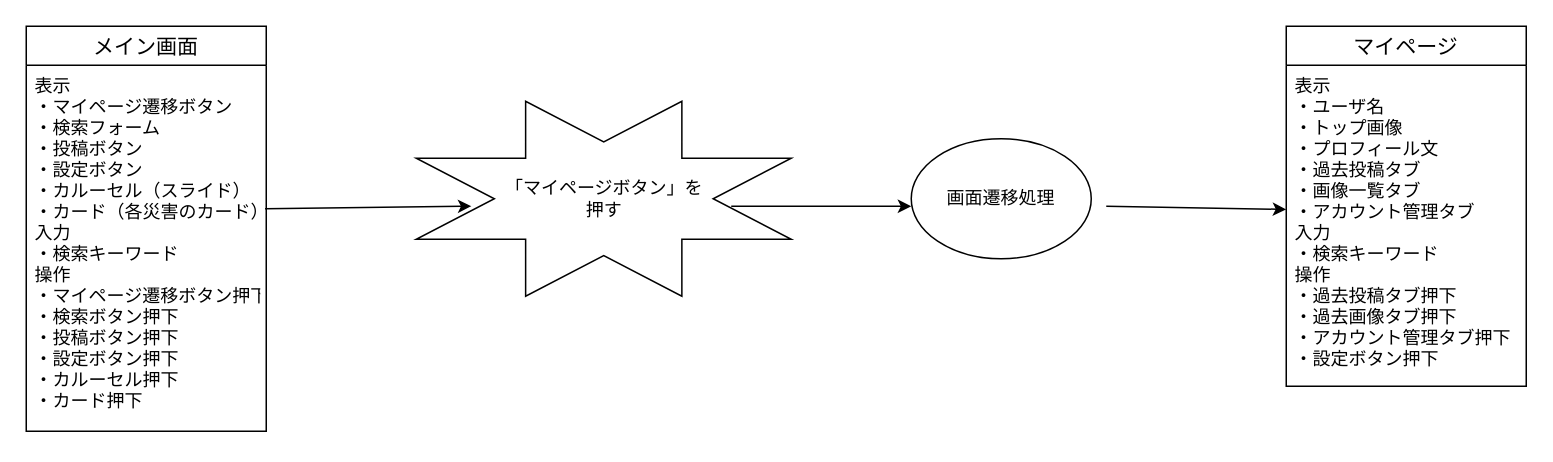
This is 画面遷移図/メイン画面からマイページ画面.drawio from Ryusei44237/sotuken, a draw.io file, before an edit. Source tidied: cells renumbered, new cells numbered last; positions are measured from the earlier drawing's top-left corner, leaving out a move shared by most shapes. Both pictures are drawn from the tidied source at 150%, with x=0, y=0 at pixel (26, 26).
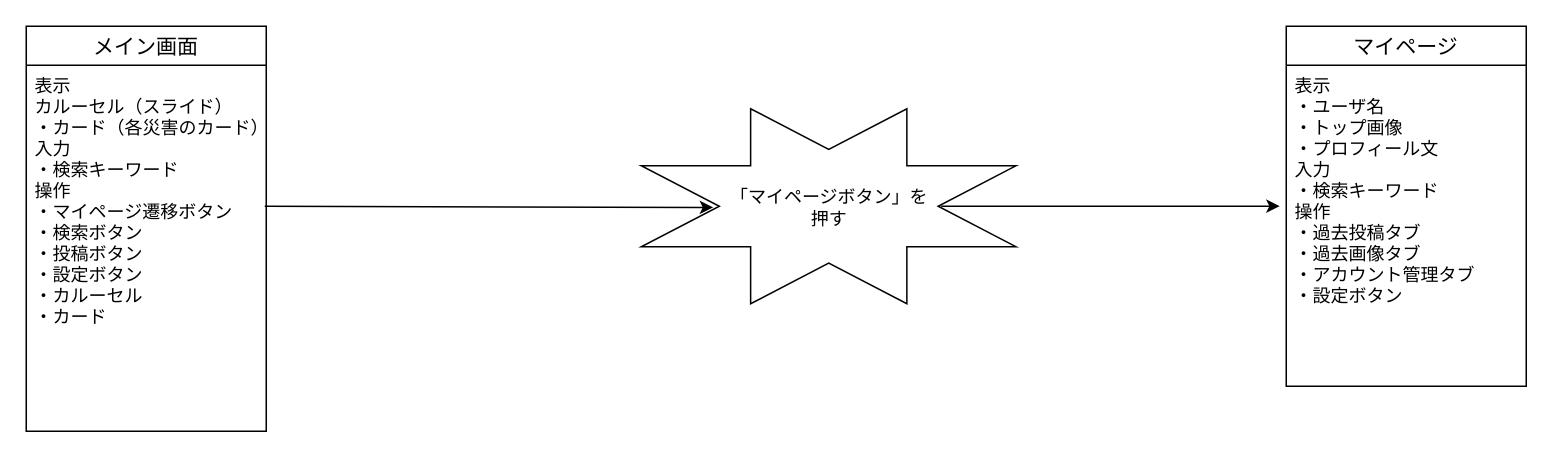
The same diagram, later.

What changed in the source:
```diff
@@
 <mxGraphModel>
   <root>
     <mxCell id="0" />
     <mxCell id="1" parent="0" />
     <mxCell id="2" value="メイン画面" style="swimlane;fontStyle=0;horizontal=1;startSize=26;align=center;fontSize=14;" parent="1" vertex="1">
       <mxGeometry width="160" height="270" as="geometry" />
     </mxCell>
-    <mxCell id="3" value="表示&#10;・マイページ遷移ボタン&#10;・検索フォーム&#10;・投稿ボタン&#10;・設定ボタン&#10;・カルーセル（スライド）&#10;・カード（各災害のカード）&#10;入力&#10;・検索キーワード&#10;操作&#10;・マイページ遷移ボタン押下&#10;・検索ボタン押下&#10;・投稿ボタン押下&#10;・設定ボタン押下&#10;・カルーセル押下&#10;・カード押下" style="text;strokeColor=none;fillColor=none;spacingLeft=4;spacingRight=4;overflow=hidden;points=[[0,0.5],[1,0.5]];portConstraint=eastwest;fontSize=12;" parent="2" vertex="1">
+    <mxCell id="3" value="表示&#10;カルーセル（スライド）&#10;・カード（各災害のカード）&#10;入力&#10;・検索キーワード&#10;操作&#10;・マイページ遷移ボタン&#10;・検索ボタン&#10;・投稿ボタン&#10;・設定ボタン&#10;・カルーセル&#10;・カード" style="text;strokeColor=none;fillColor=none;spacingLeft=4;spacingRight=4;overflow=hidden;points=[[0,0.5],[1,0.5]];portConstraint=eastwest;fontSize=12;" parent="2" vertex="1">
       <mxGeometry y="26" width="160" height="244" as="geometry" />
     </mxCell>
     <mxCell id="4" style="verticalLabelPosition=bottom;verticalAlign=top;html=1;shape=mxgraph.basic.8_point_star;" parent="1" vertex="1">
-      <mxGeometry x="260" y="50" width="250" height="130" as="geometry" />
+      <mxGeometry x="410" y="55" width="250" height="130" as="geometry" />
     </mxCell>
     <mxCell id="5" value="「マイページボタン」を押す" style="text;html=1;strokeColor=none;fillColor=none;align=center;verticalAlign=middle;whiteSpace=wrap;rounded=0;" parent="1" vertex="1">
-      <mxGeometry x="317.5" y="103.8" width="135" height="22.5" as="geometry" />
+      <mxGeometry x="467.5" y="110" width="135" height="22.5" as="geometry" />
     </mxCell>
     <mxCell id="6" value="マイページ" style="swimlane;fontStyle=0;horizontal=1;startSize=26;align=center;fontSize=14;" parent="1" vertex="1">
       <mxGeometry x="840" width="160" height="240" as="geometry" />
     </mxCell>
-    <mxCell id="7" value="表示&#10;・ユーザ名&#10;・トップ画像&#10;・プロフィール文&#10;・過去投稿タブ&#10;・画像一覧タブ&#10;・アカウント管理タブ&#10;入力&#10;・検索キーワード&#10;操作&#10;・過去投稿タブ押下&#10;・過去画像タブ押下&#10;・アカウント管理タブ押下&#10;・設定ボタン押下" style="text;strokeColor=none;fillColor=none;spacingLeft=4;spacingRight=4;overflow=hidden;points=[[0,0.5],[1,0.5]];portConstraint=eastwest;fontSize=12;" parent="6" vertex="1">
+    <mxCell id="7" value="表示&#10;・ユーザ名&#10;・トップ画像&#10;・プロフィール文&#10;入力&#10;・検索キーワード&#10;操作&#10;・過去投稿タブ&#10;・過去画像タブ&#10;・アカウント管理タブ&#10;・設定ボタン" style="text;strokeColor=none;fillColor=none;spacingLeft=4;spacingRight=4;overflow=hidden;points=[[0,0.5],[1,0.5]];portConstraint=eastwest;fontSize=12;" parent="6" vertex="1">
       <mxGeometry y="26" width="160" height="214" as="geometry" />
     </mxCell>
-    <mxCell id="8" value="画面遷移処理" style="ellipse;whiteSpace=wrap;html=1;" parent="1" vertex="1">
-      <mxGeometry x="590" y="75" width="120" height="80" as="geometry" />
-    </mxCell>
-    <mxCell id="9" style="endArrow=classic;html=1;exitX=0.995;exitY=0.392;exitDx=0;exitDy=0;exitPerimeter=0;entryX=0.147;entryY=0.538;entryDx=0;entryDy=0;entryPerimeter=0;" parent="1" edge="1" source="3" target="4">
-      <mxGeometry relative="1" as="geometry" />
+    <mxCell id="9" style="endArrow=classic;html=1;entryX=0.192;entryY=0.506;entryDx=0;entryDy=0;entryPerimeter=0;" parent="1" edge="1" target="4">
+      <mxGeometry relative="1" as="geometry">
+        <mxPoint x="159" y="120" as="sourcePoint" />
+      </mxGeometry>
     </mxCell>
-    <mxCell id="10" style="endArrow=classic;html=1;exitX=0.84;exitY=0.538;exitDx=0;exitDy=0;exitPerimeter=0;" parent="1" edge="1" source="4">
+    <mxCell id="10" style="endArrow=classic;html=1;entryX=-0.027;entryY=0.439;entryDx=0;entryDy=0;entryPerimeter=0;" parent="1" edge="1" target="7">
       <mxGeometry relative="1" as="geometry">
-        <mxPoint x="590" y="120" as="targetPoint" />
+        <mxPoint x="610" y="120" as="sourcePoint" />
       </mxGeometry>
     </mxCell>
-    <mxCell id="11" style="endArrow=classic;html=1;entryX=0;entryY=0.449;entryDx=0;entryDy=0;entryPerimeter=0;" parent="1" edge="1" target="7">
-      <mxGeometry relative="1" as="geometry">
-        <mxPoint x="720" y="120" as="sourcePoint" />
-      </mxGeometry>
-    </mxCell>
   </root>
 </mxGraphModel>
```
